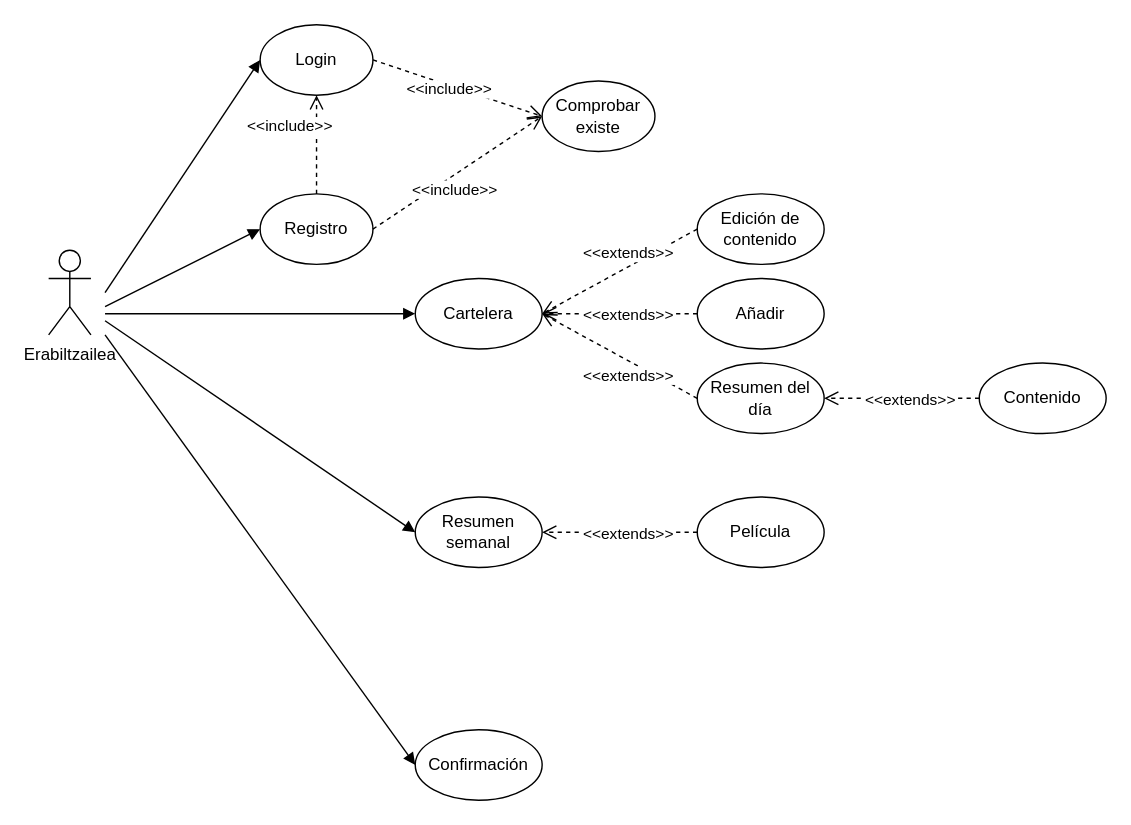
PetaldoiPorramador/SunsetCinema keeps this draw.io diagram as dokumentazioa/garapen_inguruneak/ErabileraDiagrama.drawio. Above is the earlier version. Source tidied: cells renumbered, new cells numbered last; positions are measured from the earlier drawing's top-left corner, leaving out a move shared by most shapes. Both pictures are drawn from the tidied source at 141%, with x=0, y=0 at pixel (48, 24).
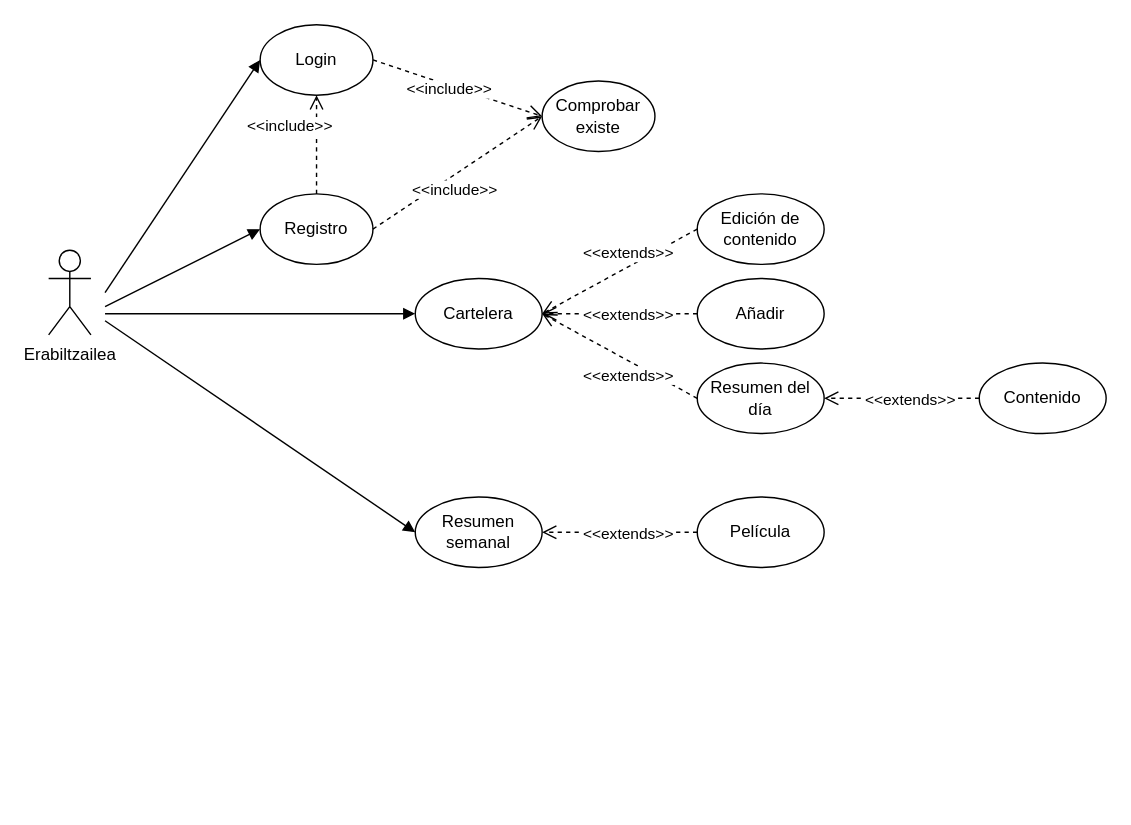
The same page after the edit.

Commit message:
doc: update confirmar kenduta

What changed in the source:
```diff
@@
-    <mxCell id="12" value="Confirmación" style="ellipse;whiteSpace=wrap;html=1;" parent="1" vertex="1">
-      <mxGeometry x="260" y="500" width="90" height="50" as="geometry" />
-    </mxCell>
@@
-    <mxCell id="22" style="html=1;verticalAlign=bottom;endArrow=block;rounded=0;entryX=0;entryY=0.5;entryDx=0;entryDy=0;" parent="1" edge="1" target="12">
-      <mxGeometry relative="1" as="geometry">
-        <mxPoint x="40" y="220" as="sourcePoint" />
-      </mxGeometry>
-    </mxCell>
```
